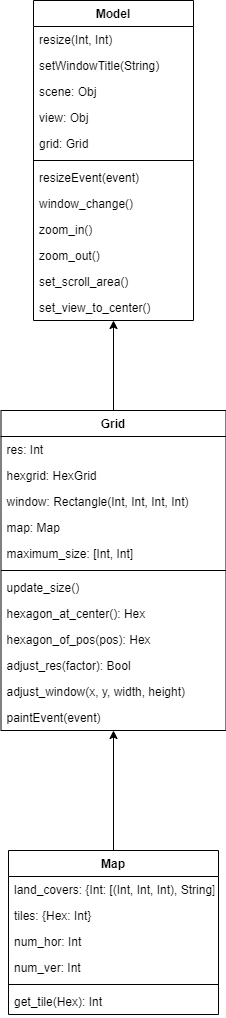
The draw.io diagram docs/datastructure.png in JorisOud/bachelor_project, before a commit. Source tidied: cells renumbered, new cells last; positions are measured from the earlier drawing's top-left corner, leaving out a move shared by most shapes.
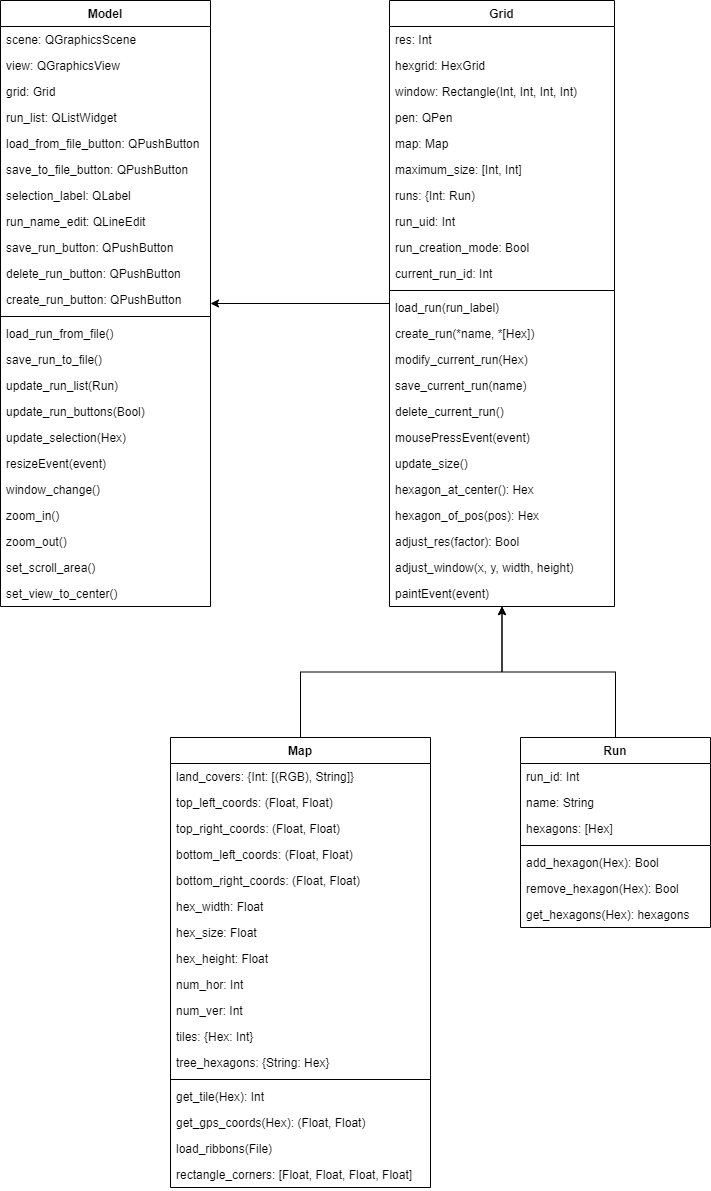
After the commit.

Commit message:
Added the functionality to create, load, save, and delete runs.

Diff of the diagram source:
```diff
@@ -5,39 +5,72 @@
     <mxCell id="2" value="Model" style="swimlane;fontStyle=1;align=center;verticalAlign=top;horizontal=1;startSize=26;" parent="1" vertex="1">
-      <mxGeometry x="32" width="160" height="320" as="geometry" />
+      <mxGeometry x="-232" y="-17" width="210" height="606" as="geometry" />
     </mxCell>
-    <mxCell id="3" value="resize(Int, Int)" style="text;strokeColor=none;fillColor=none;align=left;verticalAlign=top;spacingLeft=4;spacingRight=4;overflow=hidden;" parent="2" vertex="1">
-      <mxGeometry y="26" width="160" height="26" as="geometry" />
-    </mxCell>
-    <mxCell id="4" value="setWindowTitle(String)" style="text;strokeColor=none;fillColor=none;align=left;verticalAlign=top;spacingLeft=4;spacingRight=4;overflow=hidden;" parent="2" vertex="1">
-      <mxGeometry y="52" width="160" height="26" as="geometry" />
-    </mxCell>
-    <mxCell id="5" value="scene: Obj" style="text;strokeColor=none;fillColor=none;align=left;verticalAlign=top;spacingLeft=4;spacingRight=4;overflow=hidden;" parent="2" vertex="1">
-      <mxGeometry y="78" width="160" height="26" as="geometry" />
+    <mxCell id="5" value="scene: QGraphicsScene" style="text;strokeColor=none;fillColor=none;align=left;verticalAlign=top;spacingLeft=4;spacingRight=4;overflow=hidden;" parent="2" vertex="1">
+      <mxGeometry y="26" width="210" height="26" as="geometry" />
     </mxCell>
-    <mxCell id="6" value="view: Obj" style="text;strokeColor=none;fillColor=none;align=left;verticalAlign=top;spacingLeft=4;spacingRight=4;overflow=hidden;" parent="2" vertex="1">
-      <mxGeometry y="104" width="160" height="26" as="geometry" />
+    <mxCell id="6" value="view: QGraphicsView" style="text;strokeColor=none;fillColor=none;align=left;verticalAlign=top;spacingLeft=4;spacingRight=4;overflow=hidden;" parent="2" vertex="1">
+      <mxGeometry y="52" width="210" height="26" as="geometry" />
     </mxCell>
     <mxCell id="7" value="grid: Grid" style="text;strokeColor=none;fillColor=none;align=left;verticalAlign=top;spacingLeft=4;spacingRight=4;overflow=hidden;" parent="2" vertex="1">
-      <mxGeometry y="130" width="160" height="26" as="geometry" />
+      <mxGeometry y="78" width="210" height="26" as="geometry" />
     </mxCell>
+    <mxCell id="37" value="run_list: QListWidget" style="text;strokeColor=none;fillColor=none;align=left;verticalAlign=top;spacingLeft=4;spacingRight=4;overflow=hidden;" parent="2" vertex="1">
+      <mxGeometry y="104" width="210" height="26" as="geometry" />
+    </mxCell>
+    <mxCell id="38" value="load_from_file_button: QPushButton" style="text;strokeColor=none;fillColor=none;align=left;verticalAlign=top;spacingLeft=4;spacingRight=4;overflow=hidden;" parent="2" vertex="1">
+      <mxGeometry y="130" width="210" height="26" as="geometry" />
+    </mxCell>
+    <mxCell id="39" value="save_to_file_button: QPushButton" style="text;strokeColor=none;fillColor=none;align=left;verticalAlign=top;spacingLeft=4;spacingRight=4;overflow=hidden;" parent="2" vertex="1">
+      <mxGeometry y="156" width="210" height="26" as="geometry" />
+    </mxCell>
+    <mxCell id="40" value="selection_label: QLabel" style="text;strokeColor=none;fillColor=none;align=left;verticalAlign=top;spacingLeft=4;spacingRight=4;overflow=hidden;" parent="2" vertex="1">
+      <mxGeometry y="182" width="210" height="26" as="geometry" />
+    </mxCell>
+    <mxCell id="41" value="run_name_edit: QLineEdit" style="text;strokeColor=none;fillColor=none;align=left;verticalAlign=top;spacingLeft=4;spacingRight=4;overflow=hidden;" parent="2" vertex="1">
+      <mxGeometry y="208" width="210" height="26" as="geometry" />
+    </mxCell>
+    <mxCell id="42" value="save_run_button: QPushButton" style="text;strokeColor=none;fillColor=none;align=left;verticalAlign=top;spacingLeft=4;spacingRight=4;overflow=hidden;" parent="2" vertex="1">
+      <mxGeometry y="234" width="210" height="26" as="geometry" />
+    </mxCell>
+    <mxCell id="43" value="delete_run_button: QPushButton" style="text;strokeColor=none;fillColor=none;align=left;verticalAlign=top;spacingLeft=4;spacingRight=4;overflow=hidden;" parent="2" vertex="1">
+      <mxGeometry y="260" width="210" height="26" as="geometry" />
+    </mxCell>
+    <mxCell id="44" value="create_run_button: QPushButton" style="text;strokeColor=none;fillColor=none;align=left;verticalAlign=top;spacingLeft=4;spacingRight=4;overflow=hidden;" parent="2" vertex="1">
+      <mxGeometry y="286" width="210" height="26" as="geometry" />
+    </mxCell>
     <mxCell id="8" style="line;strokeWidth=1;fillColor=none;align=left;verticalAlign=middle;spacingTop=-1;spacingLeft=3;spacingRight=3;labelPosition=right;" parent="2" vertex="1">
-      <mxGeometry y="156" width="160" height="8" as="geometry" />
+      <mxGeometry y="312" width="210" height="8" as="geometry" />
     </mxCell>
+    <mxCell id="45" value="load_run_from_file()" style="text;strokeColor=none;fillColor=none;align=left;verticalAlign=top;spacingLeft=4;spacingRight=4;overflow=hidden;" parent="2" vertex="1">
+      <mxGeometry y="320" width="210" height="26" as="geometry" />
+    </mxCell>
+    <mxCell id="46" value="save_run_to_file()" style="text;strokeColor=none;fillColor=none;align=left;verticalAlign=top;spacingLeft=4;spacingRight=4;overflow=hidden;" parent="2" vertex="1">
+      <mxGeometry y="346" width="210" height="26" as="geometry" />
+    </mxCell>
+    <mxCell id="47" value="update_run_list(Run)" style="text;strokeColor=none;fillColor=none;align=left;verticalAlign=top;spacingLeft=4;spacingRight=4;overflow=hidden;" parent="2" vertex="1">
+      <mxGeometry y="372" width="210" height="26" as="geometry" />
+    </mxCell>
+    <mxCell id="48" value="update_run_buttons(Bool)" style="text;strokeColor=none;fillColor=none;align=left;verticalAlign=top;spacingLeft=4;spacingRight=4;overflow=hidden;" parent="2" vertex="1">
+      <mxGeometry y="398" width="210" height="26" as="geometry" />
+    </mxCell>
+    <mxCell id="49" value="update_selection(Hex)" style="text;strokeColor=none;fillColor=none;align=left;verticalAlign=top;spacingLeft=4;spacingRight=4;overflow=hidden;" parent="2" vertex="1">
+      <mxGeometry y="424" width="210" height="26" as="geometry" />
+    </mxCell>
     <mxCell id="9" value="resizeEvent(event)" style="text;strokeColor=none;fillColor=none;align=left;verticalAlign=top;spacingLeft=4;spacingRight=4;overflow=hidden;" parent="2" vertex="1">
-      <mxGeometry y="164" width="160" height="26" as="geometry" />
+      <mxGeometry y="450" width="210" height="26" as="geometry" />
     </mxCell>
     <mxCell id="10" value="window_change()" style="text;strokeColor=none;fillColor=none;align=left;verticalAlign=top;spacingLeft=4;spacingRight=4;overflow=hidden;" parent="2" vertex="1">
-      <mxGeometry y="190" width="160" height="26" as="geometry" />
+      <mxGeometry y="476" width="210" height="26" as="geometry" />
     </mxCell>
     <mxCell id="11" value="zoom_in()" style="text;strokeColor=none;fillColor=none;align=left;verticalAlign=top;spacingLeft=4;spacingRight=4;overflow=hidden;" parent="2" vertex="1">
-      <mxGeometry y="216" width="160" height="26" as="geometry" />
+      <mxGeometry y="502" width="210" height="26" as="geometry" />
     </mxCell>
     <mxCell id="12" value="zoom_out()" style="text;strokeColor=none;fillColor=none;align=left;verticalAlign=top;spacingLeft=4;spacingRight=4;overflow=hidden;" parent="2" vertex="1">
-      <mxGeometry y="242" width="160" height="26" as="geometry" />
+      <mxGeometry y="528" width="210" height="26" as="geometry" />
     </mxCell>
     <mxCell id="13" value="set_scroll_area()" style="text;strokeColor=none;fillColor=none;align=left;verticalAlign=top;spacingLeft=4;spacingRight=4;overflow=hidden;" parent="2" vertex="1">
-      <mxGeometry y="268" width="160" height="26" as="geometry" />
+      <mxGeometry y="554" width="210" height="26" as="geometry" />
     </mxCell>
     <mxCell id="14" value="set_view_to_center()" style="text;strokeColor=none;fillColor=none;align=left;verticalAlign=top;spacingLeft=4;spacingRight=4;overflow=hidden;" parent="2" vertex="1">
-      <mxGeometry y="294" width="160" height="26" as="geometry" />
+      <mxGeometry y="580" width="210" height="26" as="geometry" />
     </mxCell>
@@ -47,3 +80,3 @@
     <mxCell id="16" value="Grid" style="swimlane;fontStyle=1;align=center;verticalAlign=top;horizontal=1;startSize=26;" parent="1" vertex="1">
-      <mxGeometry x="-0.5" y="410" width="225" height="320" as="geometry" />
+      <mxGeometry x="157" y="-17" width="225" height="606" as="geometry" />
     </mxCell>
@@ -58,28 +91,61 @@
     </mxCell>
+    <mxCell id="50" value="pen: QPen" style="text;strokeColor=none;fillColor=none;align=left;verticalAlign=top;spacingLeft=4;spacingRight=4;overflow=hidden;" parent="16" vertex="1">
+      <mxGeometry y="104" width="225" height="26" as="geometry" />
+    </mxCell>
     <mxCell id="20" value="map: Map" style="text;strokeColor=none;fillColor=none;align=left;verticalAlign=top;spacingLeft=4;spacingRight=4;overflow=hidden;" parent="16" vertex="1">
-      <mxGeometry y="104" width="225" height="26" as="geometry" />
+      <mxGeometry y="130" width="225" height="26" as="geometry" />
     </mxCell>
     <mxCell id="21" value="maximum_size: [Int, Int]" style="text;strokeColor=none;fillColor=none;align=left;verticalAlign=top;spacingLeft=4;spacingRight=4;overflow=hidden;" parent="16" vertex="1">
-      <mxGeometry y="130" width="225" height="26" as="geometry" />
+      <mxGeometry y="156" width="225" height="26" as="geometry" />
     </mxCell>
+    <mxCell id="51" value="runs: {Int: Run)" style="text;strokeColor=none;fillColor=none;align=left;verticalAlign=top;spacingLeft=4;spacingRight=4;overflow=hidden;" parent="16" vertex="1">
+      <mxGeometry y="182" width="225" height="26" as="geometry" />
+    </mxCell>
+    <mxCell id="52" value="run_uid: Int" style="text;strokeColor=none;fillColor=none;align=left;verticalAlign=top;spacingLeft=4;spacingRight=4;overflow=hidden;" parent="16" vertex="1">
+      <mxGeometry y="208" width="225" height="26" as="geometry" />
+    </mxCell>
+    <mxCell id="53" value="run_creation_mode: Bool" style="text;strokeColor=none;fillColor=none;align=left;verticalAlign=top;spacingLeft=4;spacingRight=4;overflow=hidden;" parent="16" vertex="1">
+      <mxGeometry y="234" width="225" height="26" as="geometry" />
+    </mxCell>
+    <mxCell id="54" value="current_run_id: Int" style="text;strokeColor=none;fillColor=none;align=left;verticalAlign=top;spacingLeft=4;spacingRight=4;overflow=hidden;" parent="16" vertex="1">
+      <mxGeometry y="260" width="225" height="26" as="geometry" />
+    </mxCell>
     <mxCell id="22" style="line;strokeWidth=1;fillColor=none;align=left;verticalAlign=middle;spacingTop=-1;spacingLeft=3;spacingRight=3;labelPosition=right;" parent="16" vertex="1">
-      <mxGeometry y="156" width="225" height="8" as="geometry" />
+      <mxGeometry y="286" width="225" height="8" as="geometry" />
     </mxCell>
+    <mxCell id="55" value="load_run(run_label)" style="text;strokeColor=none;fillColor=none;align=left;verticalAlign=top;spacingLeft=4;spacingRight=4;overflow=hidden;" parent="16" vertex="1">
+      <mxGeometry y="294" width="225" height="26" as="geometry" />
+    </mxCell>
+    <mxCell id="56" value="create_run(*name, *[Hex])" style="text;strokeColor=none;fillColor=none;align=left;verticalAlign=top;spacingLeft=4;spacingRight=4;overflow=hidden;" parent="16" vertex="1">
+      <mxGeometry y="320" width="225" height="26" as="geometry" />
+    </mxCell>
+    <mxCell id="57" value="modify_current_run(Hex)" style="text;strokeColor=none;fillColor=none;align=left;verticalAlign=top;spacingLeft=4;spacingRight=4;overflow=hidden;" parent="16" vertex="1">
+      <mxGeometry y="346" width="225" height="26" as="geometry" />
+    </mxCell>
+    <mxCell id="58" value="save_current_run(name)" style="text;strokeColor=none;fillColor=none;align=left;verticalAlign=top;spacingLeft=4;spacingRight=4;overflow=hidden;" parent="16" vertex="1">
+      <mxGeometry y="372" width="225" height="26" as="geometry" />
+    </mxCell>
+    <mxCell id="59" value="delete_current_run()" style="text;strokeColor=none;fillColor=none;align=left;verticalAlign=top;spacingLeft=4;spacingRight=4;overflow=hidden;" parent="16" vertex="1">
+      <mxGeometry y="398" width="225" height="26" as="geometry" />
+    </mxCell>
+    <mxCell id="60" value="mousePressEvent(event)" style="text;strokeColor=none;fillColor=none;align=left;verticalAlign=top;spacingLeft=4;spacingRight=4;overflow=hidden;" parent="16" vertex="1">
+      <mxGeometry y="424" width="225" height="26" as="geometry" />
+    </mxCell>
     <mxCell id="23" value="update_size()" style="text;strokeColor=none;fillColor=none;align=left;verticalAlign=top;spacingLeft=4;spacingRight=4;overflow=hidden;" parent="16" vertex="1">
-      <mxGeometry y="164" width="225" height="26" as="geometry" />
+      <mxGeometry y="450" width="225" height="26" as="geometry" />
     </mxCell>
     <mxCell id="24" value="hexagon_at_center(): Hex" style="text;strokeColor=none;fillColor=none;align=left;verticalAlign=top;spacingLeft=4;spacingRight=4;overflow=hidden;" parent="16" vertex="1">
-      <mxGeometry y="190" width="225" height="26" as="geometry" />
+      <mxGeometry y="476" width="225" height="26" as="geometry" />
     </mxCell>
     <mxCell id="25" value="hexagon_of_pos(pos): Hex" style="text;strokeColor=none;fillColor=none;align=left;verticalAlign=top;spacingLeft=4;spacingRight=4;overflow=hidden;" parent="16" vertex="1">
-      <mxGeometry y="216" width="225" height="26" as="geometry" />
+      <mxGeometry y="502" width="225" height="26" as="geometry" />
     </mxCell>
     <mxCell id="26" value="adjust_res(factor): Bool" style="text;strokeColor=none;fillColor=none;align=left;verticalAlign=top;spacingLeft=4;spacingRight=4;overflow=hidden;" parent="16" vertex="1">
-      <mxGeometry y="242" width="225" height="26" as="geometry" />
+      <mxGeometry y="528" width="225" height="26" as="geometry" />
     </mxCell>
     <mxCell id="27" value="adjust_window(x, y, width, height)" style="text;strokeColor=none;fillColor=none;align=left;verticalAlign=top;spacingLeft=4;spacingRight=4;overflow=hidden;" parent="16" vertex="1">
-      <mxGeometry y="268" width="225" height="26" as="geometry" />
+      <mxGeometry y="554" width="225" height="26" as="geometry" />
     </mxCell>
     <mxCell id="28" value="paintEvent(event)" style="text;strokeColor=none;fillColor=none;align=left;verticalAlign=top;spacingLeft=4;spacingRight=4;overflow=hidden;" parent="16" vertex="1">
-      <mxGeometry y="294" width="225" height="26" as="geometry" />
+      <mxGeometry y="580" width="225" height="26" as="geometry" />
     </mxCell>
@@ -89,22 +155,82 @@
     <mxCell id="30" value="Map" style="swimlane;fontStyle=1;align=center;verticalAlign=top;horizontal=1;startSize=26;" parent="1" vertex="1">
-      <mxGeometry x="7" y="850" width="210" height="164" as="geometry" />
+      <mxGeometry x="-62" y="720" width="260" height="450" as="geometry" />
     </mxCell>
-    <mxCell id="31" value="land_covers: {Int: [(Int, Int, Int), String]}" style="text;strokeColor=none;fillColor=none;align=left;verticalAlign=top;spacingLeft=4;spacingRight=4;overflow=hidden;" parent="30" vertex="1">
-      <mxGeometry y="26" width="210" height="26" as="geometry" />
+    <mxCell id="31" value="land_covers: {Int: [(RGB), String]}" style="text;strokeColor=none;fillColor=none;align=left;verticalAlign=top;spacingLeft=4;spacingRight=4;overflow=hidden;" parent="30" vertex="1">
+      <mxGeometry y="26" width="260" height="26" as="geometry" />
     </mxCell>
-    <mxCell id="32" value="tiles: {Hex: Int}" style="text;strokeColor=none;fillColor=none;align=left;verticalAlign=top;spacingLeft=4;spacingRight=4;overflow=hidden;" parent="30" vertex="1">
-      <mxGeometry y="52" width="210" height="26" as="geometry" />
-    </mxCell>
+    <mxCell id="61" value="top_left_coords: (Float, Float)" style="text;strokeColor=none;fillColor=none;align=left;verticalAlign=top;spacingLeft=4;spacingRight=4;overflow=hidden;" parent="30" vertex="1">
+      <mxGeometry y="52" width="260" height="26" as="geometry" />
+    </mxCell>
+    <mxCell id="62" value="top_right_coords: (Float, Float)" style="text;strokeColor=none;fillColor=none;align=left;verticalAlign=top;spacingLeft=4;spacingRight=4;overflow=hidden;" parent="30" vertex="1">
+      <mxGeometry y="78" width="260" height="26" as="geometry" />
+    </mxCell>
+    <mxCell id="63" value="bottom_left_coords: (Float, Float)" style="text;strokeColor=none;fillColor=none;align=left;verticalAlign=top;spacingLeft=4;spacingRight=4;overflow=hidden;" parent="30" vertex="1">
+      <mxGeometry y="104" width="260" height="26" as="geometry" />
+    </mxCell>
+    <mxCell id="64" value="bottom_right_coords: (Float, Float)" style="text;strokeColor=none;fillColor=none;align=left;verticalAlign=top;spacingLeft=4;spacingRight=4;overflow=hidden;" parent="30" vertex="1">
+      <mxGeometry y="130" width="260" height="26" as="geometry" />
+    </mxCell>
+    <mxCell id="65" value="hex_width: Float" style="text;strokeColor=none;fillColor=none;align=left;verticalAlign=top;spacingLeft=4;spacingRight=4;overflow=hidden;" parent="30" vertex="1">
+      <mxGeometry y="156" width="260" height="26" as="geometry" />
+    </mxCell>
+    <mxCell id="66" value="hex_size: Float" style="text;strokeColor=none;fillColor=none;align=left;verticalAlign=top;spacingLeft=4;spacingRight=4;overflow=hidden;" parent="30" vertex="1">
+      <mxGeometry y="182" width="260" height="26" as="geometry" />
+    </mxCell>
+    <mxCell id="67" value="hex_height: Float" style="text;strokeColor=none;fillColor=none;align=left;verticalAlign=top;spacingLeft=4;spacingRight=4;overflow=hidden;" parent="30" vertex="1">
+      <mxGeometry y="208" width="260" height="26" as="geometry" />
+    </mxCell>
     <mxCell id="33" value="num_hor: Int" style="text;strokeColor=none;fillColor=none;align=left;verticalAlign=top;spacingLeft=4;spacingRight=4;overflow=hidden;" parent="30" vertex="1">
-      <mxGeometry y="78" width="210" height="26" as="geometry" />
+      <mxGeometry y="234" width="260" height="26" as="geometry" />
     </mxCell>
     <mxCell id="34" value="num_ver: Int" style="text;strokeColor=none;fillColor=none;align=left;verticalAlign=top;spacingLeft=4;spacingRight=4;overflow=hidden;" parent="30" vertex="1">
-      <mxGeometry y="104" width="210" height="26" as="geometry" />
+      <mxGeometry y="260" width="260" height="26" as="geometry" />
     </mxCell>
+    <mxCell id="32" value="tiles: {Hex: Int}" style="text;strokeColor=none;fillColor=none;align=left;verticalAlign=top;spacingLeft=4;spacingRight=4;overflow=hidden;" parent="30" vertex="1">
+      <mxGeometry y="286" width="260" height="26" as="geometry" />
+    </mxCell>
+    <mxCell id="68" value="tree_hexagons: {String: Hex}" style="text;strokeColor=none;fillColor=none;align=left;verticalAlign=top;spacingLeft=4;spacingRight=4;overflow=hidden;" parent="30" vertex="1">
+      <mxGeometry y="312" width="260" height="26" as="geometry" />
+    </mxCell>
     <mxCell id="35" style="line;strokeWidth=1;fillColor=none;align=left;verticalAlign=middle;spacingTop=-1;spacingLeft=3;spacingRight=3;labelPosition=right;" parent="30" vertex="1">
-      <mxGeometry y="130" width="210" height="8" as="geometry" />
+      <mxGeometry y="338" width="260" height="8" as="geometry" />
     </mxCell>
     <mxCell id="36" value="get_tile(Hex): Int" style="text;strokeColor=none;fillColor=none;align=left;verticalAlign=top;spacingLeft=4;spacingRight=4;overflow=hidden;" parent="30" vertex="1">
-      <mxGeometry y="138" width="210" height="26" as="geometry" />
+      <mxGeometry y="346" width="260" height="26" as="geometry" />
     </mxCell>
+    <mxCell id="69" value="get_gps_coords(Hex): (Float, Float)" style="text;strokeColor=none;fillColor=none;align=left;verticalAlign=top;spacingLeft=4;spacingRight=4;overflow=hidden;" parent="30" vertex="1">
+      <mxGeometry y="372" width="260" height="26" as="geometry" />
+    </mxCell>
+    <mxCell id="70" value="load_ribbons(File)" style="text;strokeColor=none;fillColor=none;align=left;verticalAlign=top;spacingLeft=4;spacingRight=4;overflow=hidden;" parent="30" vertex="1">
+      <mxGeometry y="398" width="260" height="26" as="geometry" />
+    </mxCell>
+    <mxCell id="71" value="rectangle_corners: [Float, Float, Float, Float]" style="text;strokeColor=none;fillColor=none;align=left;verticalAlign=top;spacingLeft=4;spacingRight=4;overflow=hidden;" parent="30" vertex="1">
+      <mxGeometry y="424" width="260" height="26" as="geometry" />
+    </mxCell>
+    <mxCell id="72" style="edgeStyle=orthogonalEdgeStyle;rounded=0;jettySize=auto;html=1;" parent="1" edge="1" source="73" target="16">
+      <mxGeometry relative="1" as="geometry" />
+    </mxCell>
+    <mxCell id="73" value="Run" style="swimlane;fontStyle=1;align=center;verticalAlign=top;horizontal=1;startSize=26;" parent="1" vertex="1">
+      <mxGeometry x="288" y="720" width="190" height="190" as="geometry" />
+    </mxCell>
+    <mxCell id="74" value="run_id: Int" style="text;strokeColor=none;fillColor=none;align=left;verticalAlign=top;spacingLeft=4;spacingRight=4;overflow=hidden;" parent="73" vertex="1">
+      <mxGeometry y="26" width="190" height="26" as="geometry" />
+    </mxCell>
+    <mxCell id="75" value="name: String" style="text;strokeColor=none;fillColor=none;align=left;verticalAlign=top;spacingLeft=4;spacingRight=4;overflow=hidden;" parent="73" vertex="1">
+      <mxGeometry y="52" width="190" height="26" as="geometry" />
+    </mxCell>
+    <mxCell id="76" value="hexagons: [Hex]" style="text;strokeColor=none;fillColor=none;align=left;verticalAlign=top;spacingLeft=4;spacingRight=4;overflow=hidden;" parent="73" vertex="1">
+      <mxGeometry y="78" width="190" height="26" as="geometry" />
+    </mxCell>
+    <mxCell id="77" style="line;strokeWidth=1;fillColor=none;align=left;verticalAlign=middle;spacingTop=-1;spacingLeft=3;spacingRight=3;labelPosition=right;" parent="73" vertex="1">
+      <mxGeometry y="104" width="190" height="8" as="geometry" />
+    </mxCell>
+    <mxCell id="78" value="add_hexagon(Hex): Bool" style="text;strokeColor=none;fillColor=none;align=left;verticalAlign=top;spacingLeft=4;spacingRight=4;overflow=hidden;" parent="73" vertex="1">
+      <mxGeometry y="112" width="190" height="26" as="geometry" />
+    </mxCell>
+    <mxCell id="79" value="remove_hexagon(Hex): Bool " style="text;strokeColor=none;fillColor=none;align=left;verticalAlign=top;spacingLeft=4;spacingRight=4;overflow=hidden;" parent="73" vertex="1">
+      <mxGeometry y="138" width="190" height="26" as="geometry" />
+    </mxCell>
+    <mxCell id="80" value="get_hexagons(Hex): hexagons" style="text;strokeColor=none;fillColor=none;align=left;verticalAlign=top;spacingLeft=4;spacingRight=4;overflow=hidden;" parent="73" vertex="1">
+      <mxGeometry y="164" width="190" height="26" as="geometry" />
+    </mxCell>
   </root>
```
